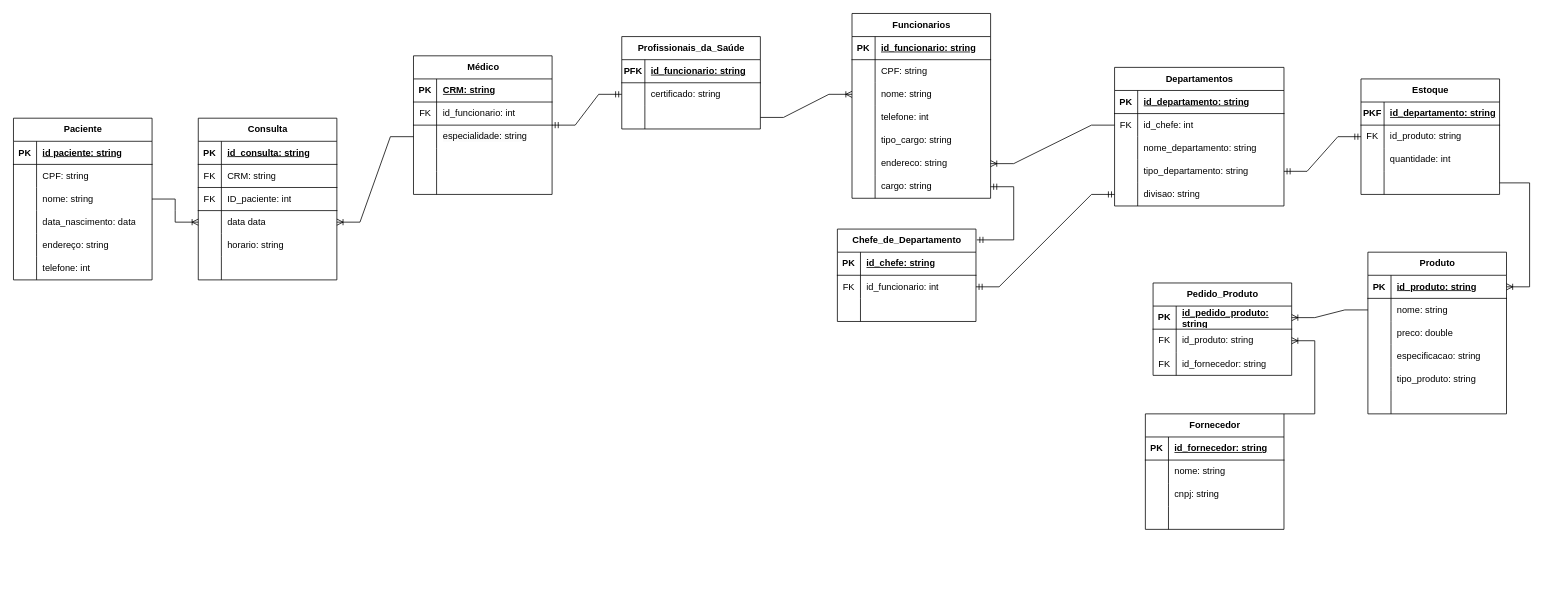
This is Modelo Relacional/Modelo Lógico.drawio from rafasilva9537/projeto_Hospital_BD, a draw.io file, before an edit. Source tidied: cells renumbered, new cells numbered last; positions are measured from the earlier drawing's top-left corner, leaving out a move shared by most shapes. Both pictures are drawn from the tidied source at 77%, with x=0, y=0 at pixel (13, 13).
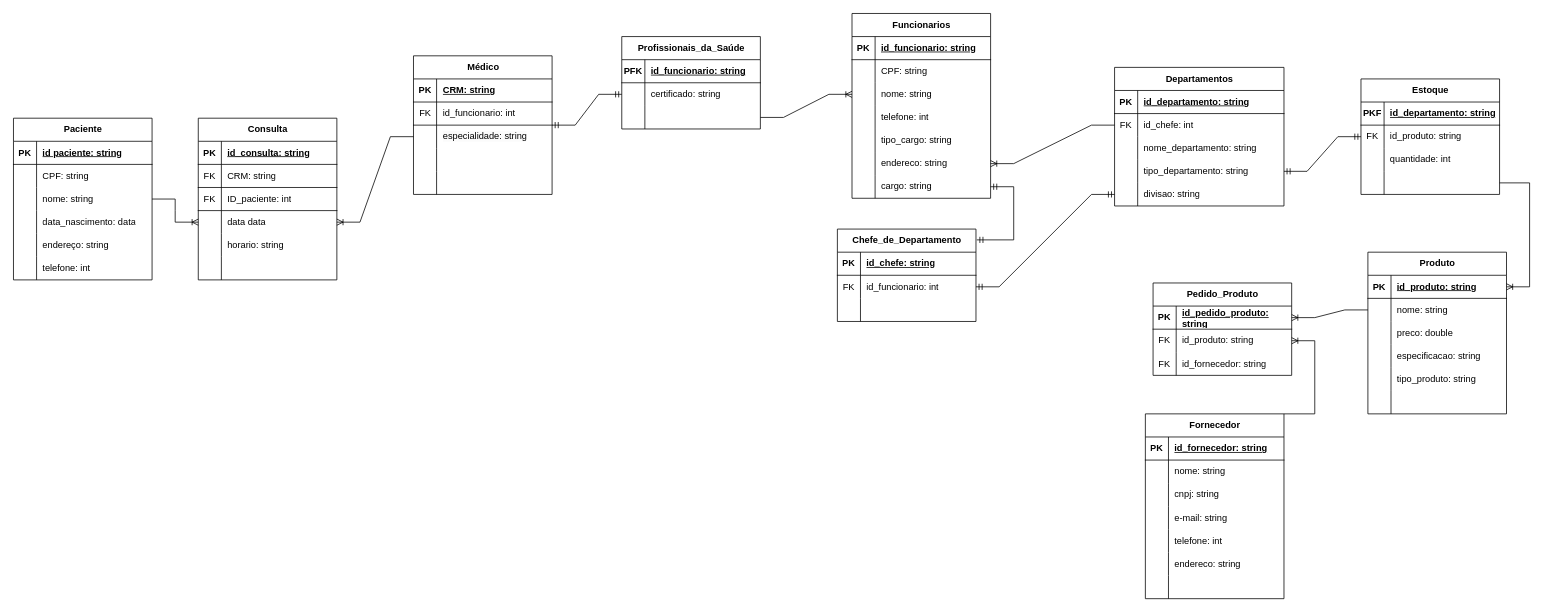
Above is the later version.

Change to the diagram source:
```diff
@@
     <mxCell id="135" value="Fornecedor" style="shape=table;startSize=30;childLayout=tableLayout;rowLines=0;fontStyle=1;align=center;html=1;" parent="1" vertex="1">
-      <mxGeometry x="1470" y="520" width="180" height="150" as="geometry" />
+      <mxGeometry x="1470" y="520" width="180" height="240" as="geometry" />
     </mxCell>
@@
+    <mxCell id="180" style="shape=tableRow;horizontal=0;startSize=0;swimlaneHead=0;swimlaneBody=0;fillColor=none;top=0;left=0;right=0;bottom=0;" parent="135" vertex="1">
+      <mxGeometry y="120" width="180" height="30" as="geometry" />
+    </mxCell>
+    <mxCell id="181" style="shape=partialRectangle;fillColor=none;top=0;left=0;bottom=0;right=0;overflow=hidden;whiteSpace=wrap;html=1;" parent="180" vertex="1">
+      <mxGeometry width="30" height="30" as="geometry" />
+    </mxCell>
+    <mxCell id="182" value="e-mail: string" style="shape=partialRectangle;fillColor=none;top=0;left=0;bottom=0;right=0;align=left;spacingLeft=6;overflow=hidden;whiteSpace=wrap;html=1;" parent="180" vertex="1">
+      <mxGeometry x="30" width="150" height="30" as="geometry" />
+    </mxCell>
+    <mxCell id="183" style="shape=tableRow;horizontal=0;startSize=0;swimlaneHead=0;swimlaneBody=0;fillColor=none;top=0;left=0;right=0;bottom=0;" parent="135" vertex="1">
+      <mxGeometry y="150" width="180" height="30" as="geometry" />
+    </mxCell>
+    <mxCell id="184" style="shape=partialRectangle;fillColor=none;top=0;left=0;bottom=0;right=0;overflow=hidden;whiteSpace=wrap;html=1;" parent="183" vertex="1">
+      <mxGeometry width="30" height="30" as="geometry" />
+    </mxCell>
+    <mxCell id="185" value="telefone: int" style="shape=partialRectangle;fillColor=none;top=0;left=0;bottom=0;right=0;align=left;spacingLeft=6;overflow=hidden;whiteSpace=wrap;html=1;" parent="183" vertex="1">
+      <mxGeometry x="30" width="150" height="30" as="geometry" />
+    </mxCell>
+    <mxCell id="186" style="shape=tableRow;horizontal=0;startSize=0;swimlaneHead=0;swimlaneBody=0;fillColor=none;top=0;left=0;right=0;bottom=0;" parent="135" vertex="1">
+      <mxGeometry y="180" width="180" height="30" as="geometry" />
+    </mxCell>
+    <mxCell id="187" style="shape=partialRectangle;fillColor=none;top=0;left=0;bottom=0;right=0;overflow=hidden;whiteSpace=wrap;html=1;" parent="186" vertex="1">
+      <mxGeometry width="30" height="30" as="geometry" />
+    </mxCell>
+    <mxCell id="188" value="endereco: string" style="shape=partialRectangle;fillColor=none;top=0;left=0;bottom=0;right=0;align=left;spacingLeft=6;overflow=hidden;whiteSpace=wrap;html=1;" parent="186" vertex="1">
+      <mxGeometry x="30" width="150" height="30" as="geometry" />
+    </mxCell>
     <mxCell id="145" style="shape=tableRow;horizontal=0;startSize=0;swimlaneHead=0;swimlaneBody=0;fillColor=none;top=0;left=0;right=0;bottom=0;" parent="135" vertex="1">
-      <mxGeometry y="120" width="180" height="30" as="geometry" />
+      <mxGeometry y="210" width="180" height="30" as="geometry" />
     </mxCell>
```
